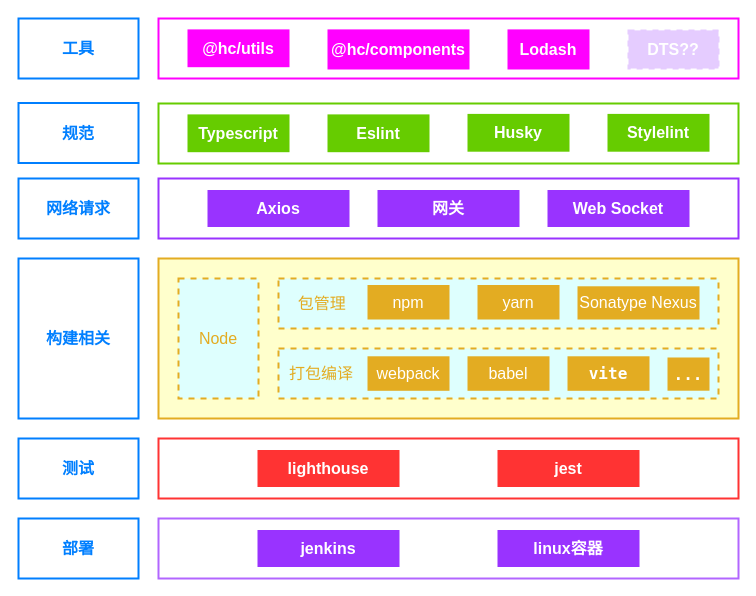
This is 未命名绘图11.drawio from DavidsLiu/blog, a draw.io file, before an edit. Source tidied: cells renumbered, new cells numbered last; positions are measured from the earlier drawing's top-left corner, leaving out a move shared by most shapes. Both pictures are drawn from the tidied source at 100%, with x=0, y=0 at pixel (18, 18).
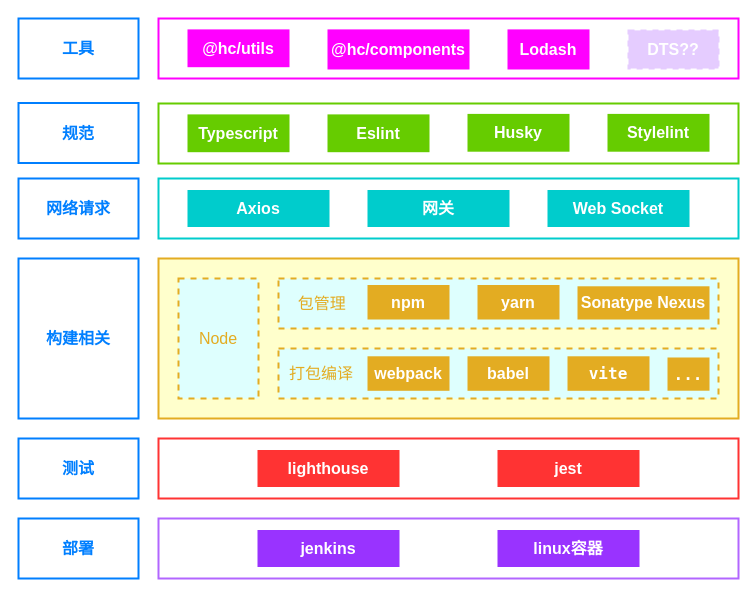
After the change.

Commit message:
洪泽前端技术架构图.drawio

Diff of the diagram source:
```diff
@@
-    <mxCell id="17" value="&lt;font color=&quot;#ffffff&quot;&gt;npm&lt;/font&gt;" style="rounded=0;whiteSpace=wrap;html=1;strokeColor=#E3AC22;strokeWidth=2;fontSize=16;fontColor=#e3ac22;fillColor=#E3AC22;" parent="1" vertex="1">
+    <mxCell id="17" value="&lt;font color=&quot;#ffffff&quot;&gt;&lt;b&gt;npm&lt;/b&gt;&lt;/font&gt;" style="rounded=0;whiteSpace=wrap;html=1;strokeColor=#E3AC22;strokeWidth=2;fontSize=16;fontColor=#e3ac22;fillColor=#E3AC22;" parent="1" vertex="1">
       <mxGeometry x="350" y="267.5" width="80" height="32.5" as="geometry" />
     </mxCell>
-    <mxCell id="18" value="&lt;font color=&quot;#ffffff&quot;&gt;yarn&lt;/font&gt;" style="rounded=0;whiteSpace=wrap;html=1;strokeColor=#E3AC22;strokeWidth=2;fontSize=16;fontColor=#e3ac22;fillColor=#E3AC22;" parent="1" vertex="1">
+    <mxCell id="18" value="&lt;font color=&quot;#ffffff&quot;&gt;&lt;b&gt;yarn&lt;/b&gt;&lt;/font&gt;" style="rounded=0;whiteSpace=wrap;html=1;strokeColor=#E3AC22;strokeWidth=2;fontSize=16;fontColor=#e3ac22;fillColor=#E3AC22;" parent="1" vertex="1">
       <mxGeometry x="460" y="267.5" width="80" height="32.5" as="geometry" />
     </mxCell>
-    <mxCell id="19" value="&lt;font color=&quot;#ffffff&quot;&gt;Sonatype Nexus&lt;/font&gt;" style="rounded=0;whiteSpace=wrap;html=1;strokeColor=#E3AC22;strokeWidth=2;fontSize=16;fontColor=#e3ac22;fillColor=#E3AC22;" parent="1" vertex="1">
-      <mxGeometry x="560" y="268.8" width="120" height="31.2" as="geometry" />
+    <mxCell id="19" value="&lt;font color=&quot;#ffffff&quot;&gt;&lt;b&gt;Sonatype Nexus&lt;/b&gt;&lt;/font&gt;" style="rounded=0;whiteSpace=wrap;html=1;strokeColor=#E3AC22;strokeWidth=2;fontSize=16;fontColor=#e3ac22;fillColor=#E3AC22;" parent="1" vertex="1">
+      <mxGeometry x="560" y="268.8" width="130" height="31.2" as="geometry" />
     </mxCell>
@@
-    <mxCell id="21" value="&lt;font color=&quot;#ffffff&quot;&gt;webpack&lt;/font&gt;" style="rounded=0;whiteSpace=wrap;html=1;strokeColor=#E3AC22;strokeWidth=2;fontSize=16;fontColor=#e3ac22;fillColor=#E3AC22;" parent="1" vertex="1">
+    <mxCell id="21" value="&lt;font color=&quot;#ffffff&quot;&gt;&lt;b&gt;webpack&lt;/b&gt;&lt;/font&gt;" style="rounded=0;whiteSpace=wrap;html=1;strokeColor=#E3AC22;strokeWidth=2;fontSize=16;fontColor=#e3ac22;fillColor=#E3AC22;" parent="1" vertex="1">
       <mxGeometry x="350" y="338.8" width="80" height="32.5" as="geometry" />
     </mxCell>
-    <mxCell id="22" value="&lt;font color=&quot;#ffffff&quot;&gt;babel&lt;/font&gt;" style="rounded=0;whiteSpace=wrap;html=1;strokeColor=#E3AC22;strokeWidth=2;fontSize=16;fontColor=#e3ac22;fillColor=#E3AC22;" parent="1" vertex="1">
+    <mxCell id="22" value="&lt;font color=&quot;#ffffff&quot;&gt;&lt;b&gt;babel&lt;/b&gt;&lt;/font&gt;" style="rounded=0;whiteSpace=wrap;html=1;strokeColor=#E3AC22;strokeWidth=2;fontSize=16;fontColor=#e3ac22;fillColor=#E3AC22;" parent="1" vertex="1">
       <mxGeometry x="450" y="338.8" width="80" height="32.5" as="geometry" />
     </mxCell>
-    <mxCell id="23" style="rounded=0;whiteSpace=wrap;html=1;strokeColor=#9933FF;strokeWidth=2;fontSize=16;fontColor=#007FFF;" parent="1" vertex="1">
+    <mxCell id="23" style="rounded=0;whiteSpace=wrap;html=1;strokeColor=#00CCCC;strokeWidth=2;fontSize=16;fontColor=#007FFF;" parent="1" vertex="1">
       <mxGeometry x="140" y="160" width="580" height="60" as="geometry" />
     </mxCell>
@@
-    <mxCell id="26" value="&lt;font color=&quot;#ffffff&quot;&gt;&lt;b&gt;Axios&lt;/b&gt;&lt;/font&gt;" style="rounded=0;whiteSpace=wrap;html=1;strokeColor=#9933FF;strokeWidth=2;fontSize=16;fontColor=#007FFF;fillColor=#9933FF;" parent="1" vertex="1">
-      <mxGeometry x="190" y="172.5" width="140" height="35" as="geometry" />
+    <mxCell id="26" value="&lt;font color=&quot;#ffffff&quot;&gt;&lt;b&gt;Axios&lt;/b&gt;&lt;/font&gt;" style="rounded=0;whiteSpace=wrap;html=1;strokeColor=#00CCCC;strokeWidth=2;fontSize=16;fontColor=#007FFF;fillColor=#00CCCC;" parent="1" vertex="1">
+      <mxGeometry x="170" y="172.5" width="140" height="35" as="geometry" />
     </mxCell>
-    <mxCell id="27" value="&lt;font color=&quot;#ffffff&quot;&gt;&lt;b&gt;网关&lt;/b&gt;&lt;/font&gt;" style="rounded=0;whiteSpace=wrap;html=1;strokeColor=#9933FF;strokeWidth=2;fontSize=16;fontColor=#007FFF;fillColor=#9933FF;" parent="1" vertex="1">
-      <mxGeometry x="360" y="172.5" width="140" height="35" as="geometry" />
+    <mxCell id="27" value="&lt;font color=&quot;#ffffff&quot;&gt;&lt;b&gt;网关&lt;/b&gt;&lt;/font&gt;" style="rounded=0;whiteSpace=wrap;html=1;strokeColor=#00CCCC;strokeWidth=2;fontSize=16;fontColor=#007FFF;fillColor=#00CCCC;" parent="1" vertex="1">
+      <mxGeometry x="350" y="172.5" width="140" height="35" as="geometry" />
     </mxCell>
-    <mxCell id="28" value="&lt;font color=&quot;#ffffff&quot;&gt;&lt;b&gt;Web Socket&lt;/b&gt;&lt;/font&gt;" style="rounded=0;whiteSpace=wrap;html=1;strokeColor=#9933FF;strokeWidth=2;fontSize=16;fontColor=#007FFF;fillColor=#9933FF;" parent="1" vertex="1">
+    <mxCell id="28" value="&lt;font color=&quot;#ffffff&quot;&gt;&lt;b&gt;Web Socket&lt;/b&gt;&lt;/font&gt;" style="rounded=0;whiteSpace=wrap;html=1;strokeColor=#00CCCC;strokeWidth=2;fontSize=16;fontColor=#007FFF;fillColor=#00CCCC;" parent="1" vertex="1">
       <mxGeometry x="530" y="172.5" width="140" height="35" as="geometry" />
     </mxCell>
```
